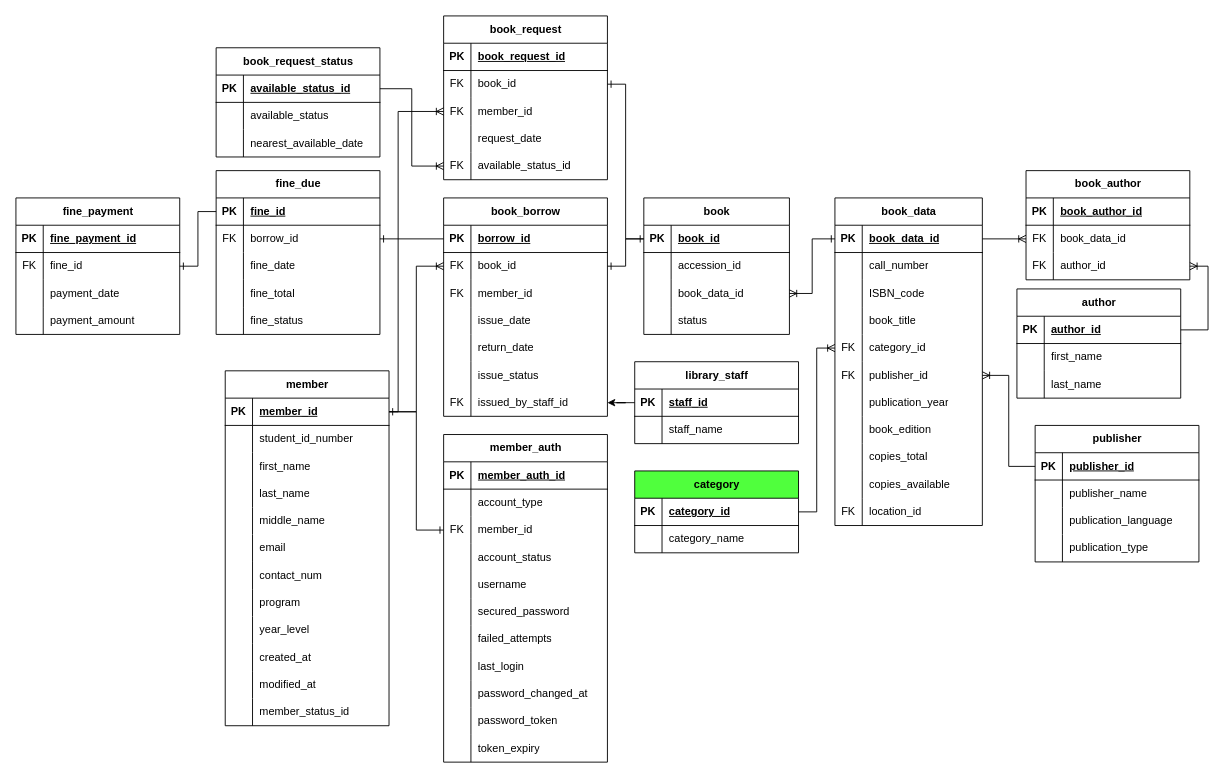
The draw.io diagram database/database_diagram.drawio in jhcyrene/pgpc-library-2, before the edit. Source tidied: cells renumbered, new cells numbered last; positions are measured from the earlier drawing's top-left corner, leaving out a move shared by most shapes. Both pictures are drawn from the tidied source at 91%, with x=0, y=0 at pixel (15, 15).
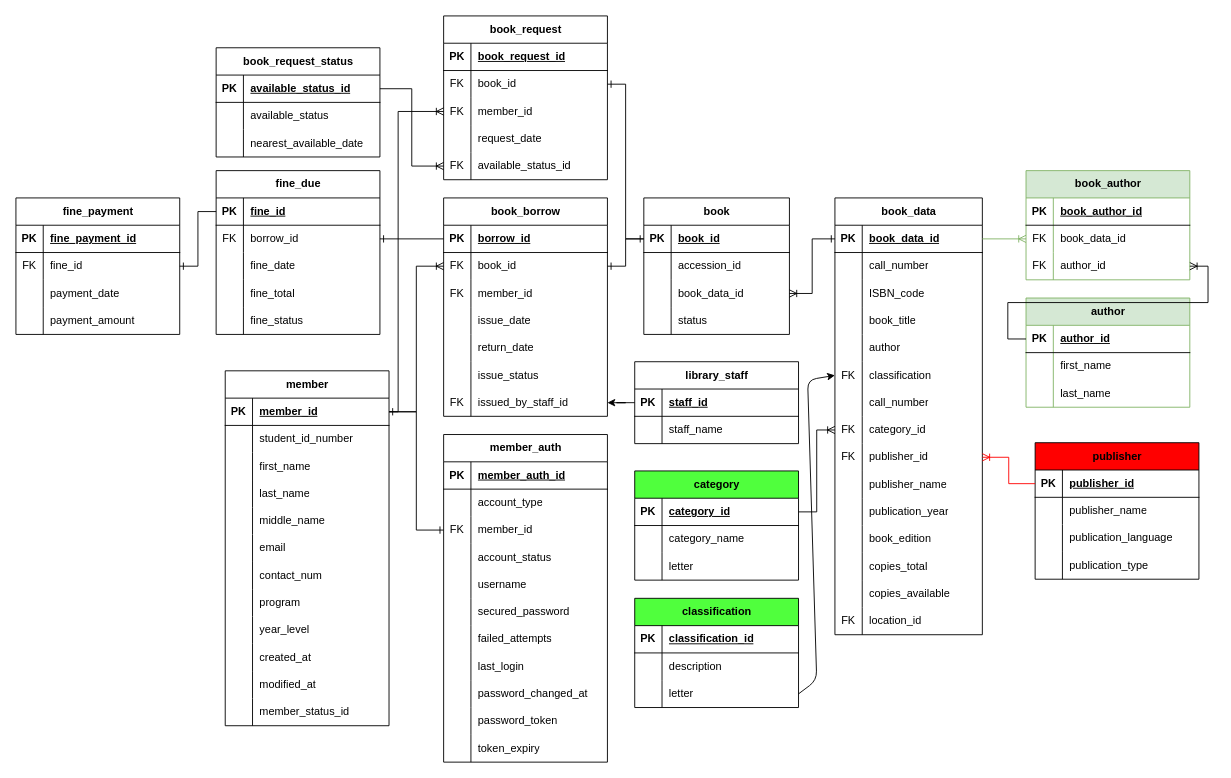
The same page after the edit.

Unchanged cells that the change refers to:
```xml
<mxCell id="3" style="shape=tableRow;horizontal=0;startSize=0;swimlaneHead=0;swimlaneBody=0;fillColor=none;points=[[0,0.5],[1,0.5]];portConstraint=eastwest;top=0;left=0;right=0;bottom=1;" parent="2" vertex="1">
  <mxGeometry y="30" width="162" height="30" as="geometry" />
</mxCell>
<mxCell id="40" style="shape=tableRow;horizontal=0;startSize=0;swimlaneHead=0;swimlaneBody=0;fillColor=none;points=[[0,0.5],[1,0.5]];portConstraint=eastwest;top=0;left=0;right=0;bottom=0;" parent="36" vertex="1">
  <mxGeometry y="60" width="180" height="30" as="geometry" />
</mxCell>
<mxCell id="67" style="shape=tableRow;horizontal=0;startSize=0;swimlaneHead=0;swimlaneBody=0;fillColor=none;points=[[0,0.5],[1,0.5]];portConstraint=eastwest;top=0;left=0;right=0;bottom=1;" parent="66" vertex="1">
  <mxGeometry y="30" width="180" height="30" as="geometry" />
</mxCell>
```

What changed in the source:
```diff
@@
     <mxCell id="2" value="book_data" style="shape=table;startSize=30;childLayout=tableLayout;rowLines=0;fontStyle=1;align=center;html=1;" parent="1" vertex="1">
-      <mxGeometry x="900" y="200" width="162" height="360" as="geometry" />
+      <mxGeometry x="900" y="200" width="162" height="480" as="geometry" />
     </mxCell>
@@
+    <mxCell id="258" style="shape=tableRow;horizontal=0;startSize=0;swimlaneHead=0;swimlaneBody=0;fillColor=none;top=0;left=0;right=0;bottom=0;" parent="2" vertex="1">
+      <mxGeometry y="150" width="162" height="30" as="geometry" />
+    </mxCell>
+    <mxCell id="259" style="shape=partialRectangle;fillColor=none;top=0;left=0;bottom=0;right=0;overflow=hidden;whiteSpace=wrap;html=1;" parent="258" vertex="1">
+      <mxGeometry width="30" height="30" as="geometry" />
+    </mxCell>
+    <mxCell id="260" value="author" style="shape=partialRectangle;fillColor=none;top=0;left=0;bottom=0;right=0;align=left;spacingLeft=6;overflow=hidden;whiteSpace=wrap;html=1;" parent="258" vertex="1">
+      <mxGeometry x="30" width="132" height="30" as="geometry" />
+    </mxCell>
+    <mxCell id="261" style="shape=tableRow;horizontal=0;startSize=0;swimlaneHead=0;swimlaneBody=0;fillColor=none;points=[[0,0.5],[1,0.5]];portConstraint=eastwest;top=0;left=0;right=0;bottom=0;" parent="2" vertex="1">
+      <mxGeometry y="180" width="162" height="30" as="geometry" />
+    </mxCell>
+    <mxCell id="262" value="FK" style="shape=partialRectangle;fillColor=none;top=0;left=0;bottom=0;right=0;overflow=hidden;whiteSpace=wrap;html=1;" parent="261" vertex="1">
+      <mxGeometry width="30" height="30" as="geometry" />
+    </mxCell>
+    <mxCell id="263" value="classification" style="shape=partialRectangle;fillColor=none;top=0;left=0;bottom=0;right=0;align=left;spacingLeft=6;overflow=hidden;whiteSpace=wrap;html=1;" parent="261" vertex="1">
+      <mxGeometry x="30" width="132" height="30" as="geometry" />
+    </mxCell>
+    <mxCell id="264" style="shape=tableRow;horizontal=0;startSize=0;swimlaneHead=0;swimlaneBody=0;fillColor=none;top=0;left=0;right=0;bottom=0;" parent="2" vertex="1">
+      <mxGeometry y="210" width="162" height="30" as="geometry" />
+    </mxCell>
+    <mxCell id="265" style="shape=partialRectangle;fillColor=none;top=0;left=0;bottom=0;right=0;overflow=hidden;whiteSpace=wrap;html=1;" parent="264" vertex="1">
+      <mxGeometry width="30" height="30" as="geometry" />
+    </mxCell>
+    <mxCell id="266" value="call_number" style="shape=partialRectangle;fillColor=none;top=0;left=0;bottom=0;right=0;align=left;spacingLeft=6;overflow=hidden;whiteSpace=wrap;html=1;" parent="264" vertex="1">
+      <mxGeometry x="30" width="132" height="30" as="geometry" />
+    </mxCell>
     <mxCell id="15" style="shape=tableRow;horizontal=0;startSize=0;swimlaneHead=0;swimlaneBody=0;fillColor=none;points=[[0,0.5],[1,0.5]];portConstraint=eastwest;top=0;left=0;right=0;bottom=0;" parent="2" vertex="1">
-      <mxGeometry y="150" width="162" height="30" as="geometry" />
+      <mxGeometry y="240" width="162" height="30" as="geometry" />
     </mxCell>
@@
     <mxCell id="18" style="shape=tableRow;horizontal=0;startSize=0;swimlaneHead=0;swimlaneBody=0;fillColor=none;points=[[0,0.5],[1,0.5]];portConstraint=eastwest;top=0;left=0;right=0;bottom=0;" parent="2" vertex="1">
-      <mxGeometry y="180" width="162" height="30" as="geometry" />
+      <mxGeometry y="270" width="162" height="30" as="geometry" />
     </mxCell>
@@
+    <mxCell id="267" style="shape=tableRow;horizontal=0;startSize=0;swimlaneHead=0;swimlaneBody=0;fillColor=none;top=0;left=0;right=0;bottom=0;" parent="2" vertex="1">
+      <mxGeometry y="300" width="162" height="30" as="geometry" />
+    </mxCell>
+    <mxCell id="268" style="shape=partialRectangle;fillColor=none;top=0;left=0;bottom=0;right=0;overflow=hidden;whiteSpace=wrap;html=1;" parent="267" vertex="1">
+      <mxGeometry width="30" height="30" as="geometry" />
+    </mxCell>
+    <mxCell id="269" value="publisher_name" style="shape=partialRectangle;fillColor=none;top=0;left=0;bottom=0;right=0;align=left;spacingLeft=6;overflow=hidden;whiteSpace=wrap;html=1;" parent="267" vertex="1">
+      <mxGeometry x="30" width="132" height="30" as="geometry" />
+    </mxCell>
     <mxCell id="21" style="shape=tableRow;horizontal=0;startSize=0;swimlaneHead=0;swimlaneBody=0;fillColor=none;top=0;left=0;right=0;bottom=0;" parent="2" vertex="1">
-      <mxGeometry y="210" width="162" height="30" as="geometry" />
+      <mxGeometry y="330" width="162" height="30" as="geometry" />
     </mxCell>
@@
     <mxCell id="24" style="shape=tableRow;horizontal=0;startSize=0;swimlaneHead=0;swimlaneBody=0;fillColor=none;top=0;left=0;right=0;bottom=0;" parent="2" vertex="1">
-      <mxGeometry y="240" width="162" height="30" as="geometry" />
+      <mxGeometry y="360" width="162" height="30" as="geometry" />
     </mxCell>
@@
     <mxCell id="27" style="shape=tableRow;horizontal=0;startSize=0;swimlaneHead=0;swimlaneBody=0;fillColor=none;top=0;left=0;right=0;bottom=0;" parent="2" vertex="1">
-      <mxGeometry y="270" width="162" height="30" as="geometry" />
+      <mxGeometry y="390" width="162" height="30" as="geometry" />
     </mxCell>
@@
     <mxCell id="30" style="shape=tableRow;horizontal=0;startSize=0;swimlaneHead=0;swimlaneBody=0;fillColor=none;top=0;left=0;right=0;bottom=0;" parent="2" vertex="1">
-      <mxGeometry y="300" width="162" height="30" as="geometry" />
+      <mxGeometry y="420" width="162" height="30" as="geometry" />
     </mxCell>
@@
     <mxCell id="33" style="shape=tableRow;horizontal=0;startSize=0;swimlaneHead=0;swimlaneBody=0;fillColor=none;top=0;left=0;right=0;bottom=0;" parent="2" vertex="1">
-      <mxGeometry y="330" width="162" height="30" as="geometry" />
+      <mxGeometry y="450" width="162" height="30" as="geometry" />
     </mxCell>
@@
-    <mxCell id="36" value="book_author" style="shape=table;startSize=30;childLayout=tableLayout;rowLines=0;fontStyle=1;align=center;html=1;" parent="1" vertex="1">
+    <mxCell id="36" value="book_author" style="shape=table;startSize=30;childLayout=tableLayout;rowLines=0;fontStyle=1;align=center;html=1;fillColor=#d5e8d4;strokeColor=#82b366;" parent="1" vertex="1">
       <mxGeometry x="1110" y="170" width="180" height="120" as="geometry" />
     </mxCell>
@@
-    <mxCell id="46" style="edgeStyle=orthogonalEdgeStyle;rounded=0;jettySize=auto;html=1;entryX=0;entryY=0.5;entryDx=0;entryDy=0;endArrow=ERoneToMany;endFill=0;" parent="1" edge="1" source="3" target="40">
+    <mxCell id="46" style="edgeStyle=orthogonalEdgeStyle;rounded=0;jettySize=auto;html=1;entryX=0;entryY=0.5;entryDx=0;entryDy=0;endArrow=ERoneToMany;endFill=0;fillColor=#d5e8d4;strokeColor=#82b366;" parent="1" edge="1" source="3" target="40">
       <mxGeometry relative="1" as="geometry" />
     </mxCell>
-    <mxCell id="47" value="author" style="shape=table;startSize=30;childLayout=tableLayout;rowLines=0;fontStyle=1;align=center;html=1;" parent="1" vertex="1">
-      <mxGeometry x="1100" y="300" width="180" height="120" as="geometry" />
+    <mxCell id="47" value="author" style="shape=table;startSize=30;childLayout=tableLayout;rowLines=0;fontStyle=1;align=center;html=1;fillColor=#d5e8d4;strokeColor=#82b366;" parent="1" vertex="1">
+      <mxGeometry x="1110" y="310" width="180" height="120" as="geometry" />
     </mxCell>
@@
     <mxCell id="58" value="category" style="shape=table;startSize=30;childLayout=tableLayout;rowLines=0;fontStyle=1;align=center;html=1;fillColor=#50FF3D;" parent="1" vertex="1">
-      <mxGeometry x="680" y="500" width="180" height="90" as="geometry" />
+      <mxGeometry x="680" y="500" width="180" height="120" as="geometry" />
     </mxCell>
@@
+    <mxCell id="270" style="shape=tableRow;horizontal=0;startSize=0;swimlaneHead=0;swimlaneBody=0;fillColor=none;top=0;left=0;right=0;bottom=0;" parent="58" vertex="1">
+      <mxGeometry y="90" width="180" height="30" as="geometry" />
+    </mxCell>
+    <mxCell id="271" style="shape=partialRectangle;fillColor=none;top=0;left=0;bottom=0;right=0;overflow=hidden;whiteSpace=wrap;html=1;" parent="270" vertex="1">
+      <mxGeometry width="30" height="30" as="geometry" />
+    </mxCell>
+    <mxCell id="272" value="letter" style="shape=partialRectangle;fillColor=none;top=0;left=0;bottom=0;right=0;align=left;spacingLeft=6;overflow=hidden;whiteSpace=wrap;html=1;" parent="270" vertex="1">
+      <mxGeometry x="30" width="150" height="30" as="geometry" />
+    </mxCell>
@@
-    <mxCell id="66" value="publisher" style="shape=table;startSize=30;childLayout=tableLayout;rowLines=0;fontStyle=1;align=center;html=1;" parent="1" vertex="1">
-      <mxGeometry x="1120" y="450" width="180" height="150" as="geometry" />
+    <mxCell id="66" value="publisher" style="shape=table;startSize=30;childLayout=tableLayout;rowLines=0;fontStyle=1;align=center;html=1;fillColor=#FF0000;" parent="1" vertex="1">
+      <mxGeometry x="1120" y="469" width="180" height="150" as="geometry" />
     </mxCell>
@@
-    <mxCell id="79" style="edgeStyle=orthogonalEdgeStyle;rounded=0;jettySize=auto;html=1;entryX=1;entryY=0.5;entryDx=0;entryDy=0;endArrow=ERoneToMany;endFill=0;" parent="1" edge="1" source="67" target="18">
+    <mxCell id="79" style="edgeStyle=orthogonalEdgeStyle;rounded=0;jettySize=auto;html=1;entryX=1;entryY=0.5;entryDx=0;entryDy=0;endArrow=ERoneToMany;endFill=0;strokeColor=#FF0000;" parent="1" edge="1" source="67" target="18">
       <mxGeometry relative="1" as="geometry" />
     </mxCell>
@@
+    <mxCell id="273" value="classification" style="shape=table;startSize=30;childLayout=tableLayout;rowLines=0;fontStyle=1;align=center;html=1;fillColor=#50FF3D;" parent="1" vertex="1">
+      <mxGeometry x="680" y="640" width="180" height="120" as="geometry" />
+    </mxCell>
+    <mxCell id="274" style="shape=tableRow;horizontal=0;startSize=0;swimlaneHead=0;swimlaneBody=0;fillColor=none;top=0;left=0;right=0;bottom=1;" parent="273" vertex="1">
+      <mxGeometry y="30" width="180" height="30" as="geometry" />
+    </mxCell>
+    <mxCell id="275" value="PK" style="shape=partialRectangle;fillColor=none;top=0;left=0;bottom=0;right=0;fontStyle=1;overflow=hidden;whiteSpace=wrap;html=1;" parent="274" vertex="1">
+      <mxGeometry width="30" height="30" as="geometry" />
+    </mxCell>
+    <mxCell id="276" value="classification_id" style="shape=partialRectangle;fillColor=none;top=0;left=0;bottom=0;right=0;align=left;spacingLeft=6;fontStyle=5;overflow=hidden;whiteSpace=wrap;html=1;" parent="274" vertex="1">
+      <mxGeometry x="30" width="150" height="30" as="geometry" />
+    </mxCell>
+    <mxCell id="277" style="shape=tableRow;horizontal=0;startSize=0;swimlaneHead=0;swimlaneBody=0;fillColor=none;top=0;left=0;right=0;bottom=0;" parent="273" vertex="1">
+      <mxGeometry y="60" width="180" height="30" as="geometry" />
+    </mxCell>
+    <mxCell id="278" style="shape=partialRectangle;fillColor=none;top=0;left=0;bottom=0;right=0;overflow=hidden;whiteSpace=wrap;html=1;" parent="277" vertex="1">
+      <mxGeometry width="30" height="30" as="geometry" />
+    </mxCell>
+    <mxCell id="279" value="description" style="shape=partialRectangle;fillColor=none;top=0;left=0;bottom=0;right=0;align=left;spacingLeft=6;overflow=hidden;whiteSpace=wrap;html=1;" parent="277" vertex="1">
+      <mxGeometry x="30" width="150" height="30" as="geometry" />
+    </mxCell>
+    <mxCell id="280" style="shape=tableRow;horizontal=0;startSize=0;swimlaneHead=0;swimlaneBody=0;fillColor=none;points=[[0,0.5],[1,0.5]];portConstraint=eastwest;top=0;left=0;right=0;bottom=0;" parent="273" vertex="1">
+      <mxGeometry y="90" width="180" height="30" as="geometry" />
+    </mxCell>
+    <mxCell id="281" style="shape=partialRectangle;fillColor=none;top=0;left=0;bottom=0;right=0;overflow=hidden;whiteSpace=wrap;html=1;" parent="280" vertex="1">
+      <mxGeometry width="30" height="30" as="geometry" />
+    </mxCell>
+    <mxCell id="282" value="letter" style="shape=partialRectangle;fillColor=none;top=0;left=0;bottom=0;right=0;align=left;spacingLeft=6;overflow=hidden;whiteSpace=wrap;html=1;" parent="280" vertex="1">
+      <mxGeometry x="30" width="150" height="30" as="geometry" />
+    </mxCell>
+    <mxCell id="283" style="edgeStyle=none;html=1;exitX=1;exitY=0.5;exitDx=0;exitDy=0;entryX=0;entryY=0.5;entryDx=0;entryDy=0;" parent="1" edge="1" source="280" target="261">
+      <mxGeometry relative="1" as="geometry">
+        <Array as="points">
+          <mxPoint x="880" y="730" />
+          <mxPoint x="870" y="400" />
+        </Array>
+      </mxGeometry>
+    </mxCell>
```
